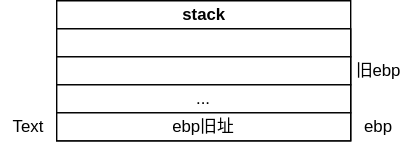
The draw.io diagram drawio/x86callFunc.drawio.svg in Stolorzs/Picgo, before a commit. Source tidied: cells renumbered, new cells last; positions are measured from the earlier drawing's top-left corner, leaving out a move shared by most shapes.
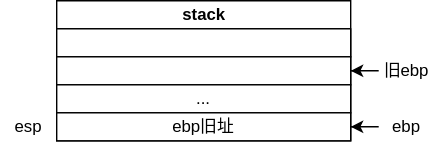
The same diagram one commit later.

What changed in the source:
```diff
@@ -17,14 +17,20 @@
     <mxCell id="6" value="ebp旧址" style="rounded=0;whiteSpace=wrap;html=1;" parent="2" vertex="1">
       <mxGeometry y="80" width="210" height="20" as="geometry" />
     </mxCell>
-    <mxCell id="7" value="Text" style="text;html=1;align=center;verticalAlign=middle;whiteSpace=wrap;rounded=0;" parent="1" vertex="1">
+    <mxCell id="7" value="esp" style="text;html=1;align=center;verticalAlign=middle;whiteSpace=wrap;rounded=0;" parent="1" vertex="1">
       <mxGeometry y="80" width="40" height="20" as="geometry" />
     </mxCell>
+    <mxCell id="10" style="edgeStyle=orthogonalEdgeStyle;rounded=0;jettySize=auto;html=1;" parent="1" edge="1" source="8" target="6">
+      <mxGeometry relative="1" as="geometry" />
+    </mxCell>
     <mxCell id="8" value="ebp" style="text;html=1;align=center;verticalAlign=middle;whiteSpace=wrap;rounded=0;" parent="1" vertex="1">
-      <mxGeometry x="250" y="80" width="40" height="20" as="geometry" />
+      <mxGeometry x="270" y="80" width="40" height="20" as="geometry" />
     </mxCell>
+    <mxCell id="11" style="edgeStyle=orthogonalEdgeStyle;rounded=0;jettySize=auto;html=1;" parent="1" edge="1" source="9" target="4">
+      <mxGeometry relative="1" as="geometry" />
+    </mxCell>
     <mxCell id="9" value="旧ebp" style="text;html=1;align=center;verticalAlign=middle;whiteSpace=wrap;rounded=0;" parent="1" vertex="1">
-      <mxGeometry x="250" y="40" width="40" height="20" as="geometry" />
+      <mxGeometry x="270" y="40" width="40" height="20" as="geometry" />
     </mxCell>
   </root>
 </mxGraphModel>
```
